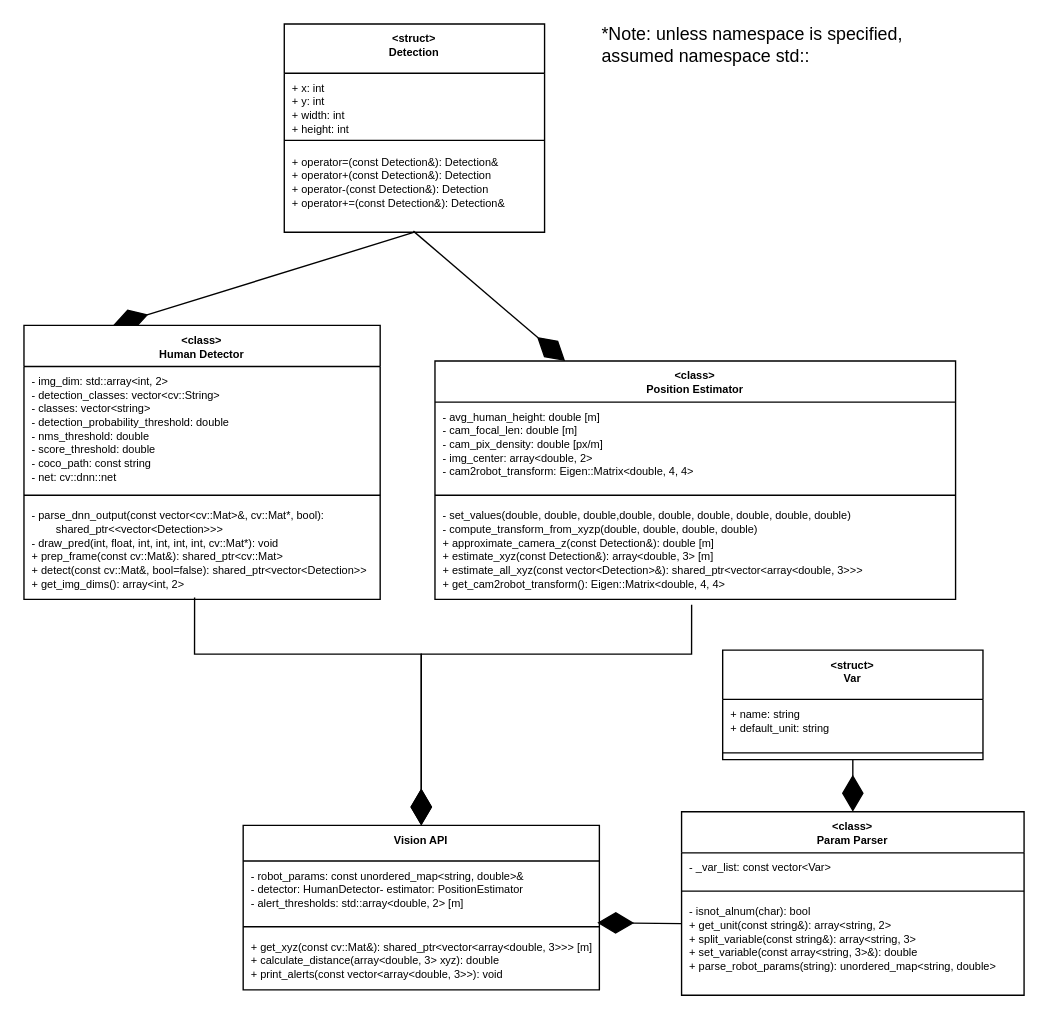
The draw.io diagram page "UML" (2 of 2) of visual_reps/Drawio_Files/activity_and_UML.drawio in dlerner97/ACME_perception_proposal, before the edit. Source tidied: cells renumbered, new cells numbered last; positions are measured from the earlier drawing's top-left corner, leaving out a move shared by most shapes. Both pictures are drawn from the tidied source at 137%, with x=0, y=0 at pixel (23, 23).
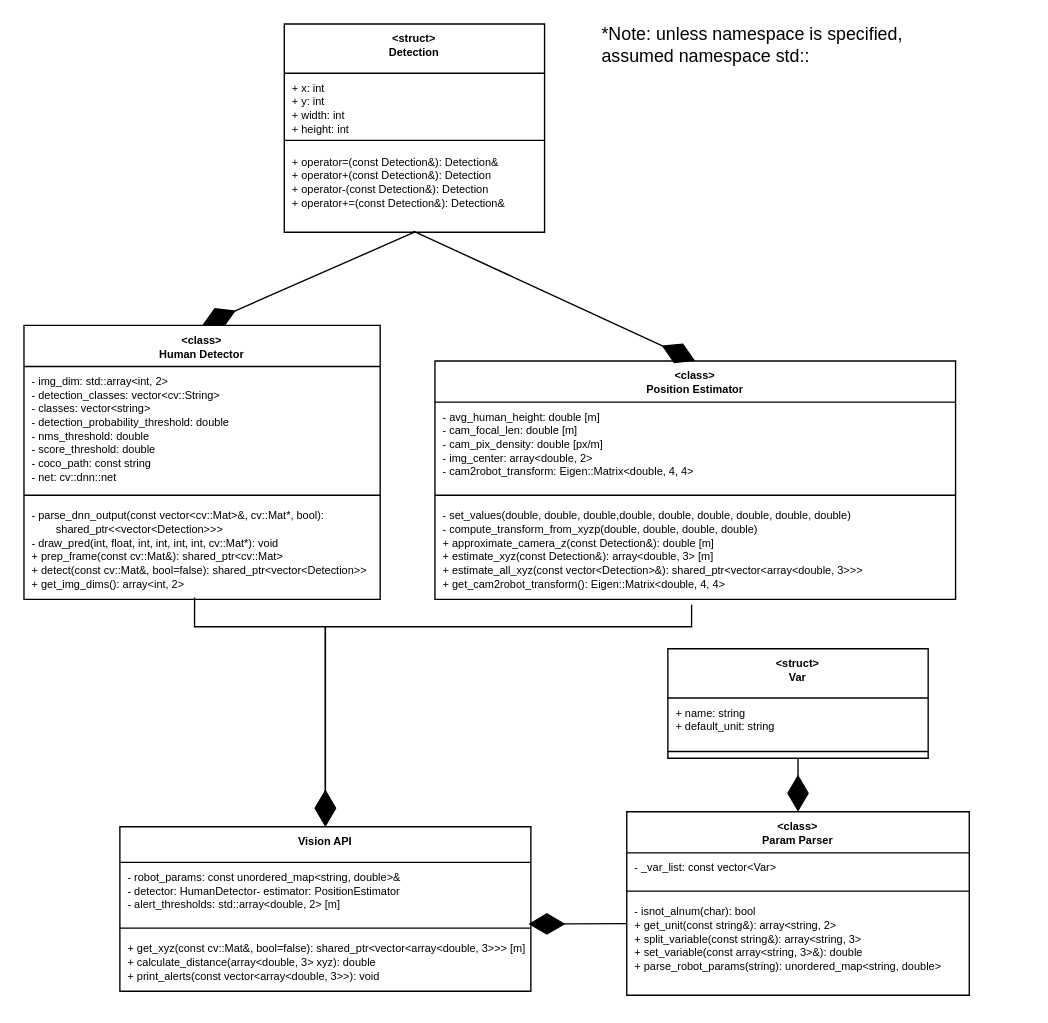
Above is the later version.

Unchanged cells that the change refers to:
```xml
<mxCell id="2" value="&lt;class&gt;&#10;Position Estimator" style="swimlane;fontStyle=1;align=center;verticalAlign=top;horizontal=1;startSize=30;fontSize=8;" parent="1" vertex="1">
  <mxGeometry x="300" y="246" width="380" height="174" as="geometry" />
</mxCell>
<mxCell id="5" value="- set_values(double, double, double,double, double, double, double, double, double)&#10;- compute_transform_from_xyzp(double, double, double, double)&#10;+ approximate_camera_z(const Detection&amp;): double [m]&#10;+ estimate_xyz(const Detection&amp;): array&lt;double, 3&gt; [m]&#10;+ estimate_all_xyz(const vector&lt;Detection&gt;&amp;): shared_ptr&lt;vector&lt;array&lt;double, 3&gt;&gt;&gt;&#10;+ get_cam2robot_transform(): Eigen::Matrix&lt;double, 4, 4&gt;&#10;" style="text;strokeColor=none;fillColor=none;align=left;verticalAlign=top;spacingLeft=4;spacingRight=4;overflow=hidden;points=[[0,0.5],[1,0.5]];portConstraint=eastwest;fontSize=8;" parent="2" vertex="1">
  <mxGeometry y="102" width="380" height="72" as="geometry" />
</mxCell>
<mxCell id="13" value="&lt;class&gt;&#10;Human Detector" style="swimlane;fontStyle=1;align=center;verticalAlign=top;horizontal=1;startSize=30;fontSize=8;" parent="1" vertex="1">
  <mxGeometry y="220" width="260" height="200" as="geometry" />
</mxCell>
<mxCell id="16" value="- parse_dnn_output(const vector&lt;cv::Mat&gt;&amp;, cv::Mat*, bool):&#10;        shared_ptr&lt;&lt;vector&lt;Detection&gt;&gt;&gt;&#10;- draw_pred(int, float, int, int, int, int, cv::Mat*): void&#10;+ prep_frame(const cv::Mat&amp;): shared_ptr&lt;cv::Mat&gt;&#10;+ detect(const cv::Mat&amp;, bool=false): shared_ptr&lt;vector&lt;Detection&gt;&gt;&#10;+ get_img_dims(): array&lt;int, 2&gt;&#10;" style="text;strokeColor=none;fillColor=none;align=left;verticalAlign=top;spacingLeft=4;spacingRight=4;overflow=hidden;points=[[0,0.5],[1,0.5]];portConstraint=eastwest;fontSize=8;" parent="13" vertex="1">
  <mxGeometry y="128" width="260" height="72" as="geometry" />
</mxCell>
<mxCell id="17" value="&lt;struct&gt;&#10;Detection&#10;" style="swimlane;fontStyle=1;align=center;verticalAlign=top;horizontal=1;startSize=36;fontSize=8;" parent="1" vertex="1">
  <mxGeometry x="190" width="190" height="152" as="geometry" />
</mxCell>
<mxCell id="20" value="+ operator=(const Detection&amp;): Detection&amp;&#10;+ operator+(const Detection&amp;): Detection&#10;+ operator-(const Detection&amp;): Detection&#10;+ operator+=(const Detection&amp;): Detection&amp;" style="text;strokeColor=none;fillColor=none;align=left;verticalAlign=top;spacingLeft=4;spacingRight=4;overflow=hidden;points=[[0,0.5],[1,0.5]];portConstraint=eastwest;fontSize=8;" parent="17" vertex="1">
  <mxGeometry y="90" width="190" height="62" as="geometry" />
</mxCell>
```

The edit, as a diff of the source:
```diff
@@
     <mxCell id="6" value="Vision API" style="swimlane;fontStyle=1;align=center;verticalAlign=top;horizontal=1;startSize=26;fontSize=8;" parent="1" vertex="1">
-      <mxGeometry x="160" y="585" width="260" height="120" as="geometry" />
+      <mxGeometry x="70" y="586" width="300" height="120" as="geometry" />
     </mxCell>
     <mxCell id="7" value="- robot_params: const unordered_map&lt;string, double&gt;&amp;&#10;- detector: HumanDetector- estimator: PositionEstimator&#10;- alert_thresholds: std::array&lt;double, 2&gt; [m]" style="text;strokeColor=none;fillColor=none;align=left;verticalAlign=top;spacingLeft=4;spacingRight=4;overflow=hidden;points=[[0,0.5],[1,0.5]];portConstraint=eastwest;fontSize=8;" parent="6" vertex="1">
-      <mxGeometry y="26" width="260" height="44" as="geometry" />
+      <mxGeometry y="26" width="300" height="44" as="geometry" />
     </mxCell>
     <mxCell id="8" style="line;strokeWidth=1;fillColor=none;align=left;verticalAlign=middle;spacingTop=-1;spacingLeft=3;spacingRight=3;labelPosition=right;fontSize=8;" parent="6" vertex="1">
-      <mxGeometry y="70" width="260" height="8" as="geometry" />
+      <mxGeometry y="70" width="300" height="8" as="geometry" />
     </mxCell>
-    <mxCell id="9" value="+ get_xyz(const cv::Mat&amp;): shared_ptr&lt;vector&lt;array&lt;double, 3&gt;&gt;&gt; [m]&#10;+ calculate_distance(array&lt;double, 3&gt; xyz): double&#10;+ print_alerts(const vector&lt;array&lt;double, 3&gt;&gt;): void&#10;&#10;&#10;" style="text;strokeColor=none;fillColor=none;align=left;verticalAlign=top;spacingLeft=4;spacingRight=4;overflow=hidden;fontSize=8;" parent="6" vertex="1">
-      <mxGeometry y="78" width="260" height="42" as="geometry" />
+    <mxCell id="9" value="+ get_xyz(const cv::Mat&amp;, bool=false): shared_ptr&lt;vector&lt;array&lt;double, 3&gt;&gt;&gt; [m]&#10;+ calculate_distance(array&lt;double, 3&gt; xyz): double&#10;+ print_alerts(const vector&lt;array&lt;double, 3&gt;&gt;): void&#10;&#10;&#10;" style="text;strokeColor=none;fillColor=none;align=left;verticalAlign=top;spacingLeft=4;spacingRight=4;overflow=hidden;fontSize=8;" parent="6" vertex="1">
+      <mxGeometry y="78" width="300" height="42" as="geometry" />
     </mxCell>
     <mxCell id="10" style="endArrow=diamondThin;endFill=1;endSize=24;html=1;rounded=0;fontSize=8;edgeStyle=orthogonalEdgeStyle;entryX=0.5;entryY=0;entryDx=0;entryDy=0;exitX=0.493;exitY=1.055;exitDx=0;exitDy=0;exitPerimeter=0;" parent="1" edge="1" source="5" target="6">
       <mxGeometry relative="1" as="geometry">
         <Array as="points">
-          <mxPoint x="428" y="460" />
-          <mxPoint x="275" y="460" />
+          <mxPoint x="487" y="440" />
+          <mxPoint x="220" y="440" />
         </Array>
       </mxGeometry>
     </mxCell>
     <mxCell id="11" style="endArrow=diamondThin;endFill=1;endSize=24;html=1;rounded=0;fontSize=8;edgeStyle=orthogonalEdgeStyle;entryX=0.5;entryY=0;entryDx=0;entryDy=0;exitX=0.479;exitY=0.981;exitDx=0;exitDy=0;exitPerimeter=0;" parent="1" edge="1" source="16" target="6">
       <mxGeometry relative="1" as="geometry">
         <Array as="points">
-          <mxPoint x="124" y="460" />
-          <mxPoint x="290" y="460" />
+          <mxPoint x="125" y="440" />
+          <mxPoint x="220" y="440" />
         </Array>
       </mxGeometry>
     </mxCell>
-    <mxCell id="12" style="endArrow=diamondThin;endFill=1;endSize=24;html=1;rounded=0;fontSize=8;entryX=0.25;entryY=0;entryDx=0;entryDy=0;exitX=0.5;exitY=1;exitDx=0;exitDy=0;" parent="1" edge="1" source="17" target="13">
+    <mxCell id="12" style="endArrow=diamondThin;endFill=1;endSize=24;html=1;rounded=0;fontSize=8;entryX=0.5;entryY=0;entryDx=0;entryDy=0;exitX=0.5;exitY=1;exitDx=0;exitDy=0;" parent="1" edge="1" source="17" target="13">
       <mxGeometry relative="1" as="geometry" />
     </mxCell>
@@
-    <mxCell id="21" style="endArrow=diamondThin;endFill=1;endSize=24;html=1;rounded=0;fontSize=8;entryX=0.25;entryY=0;entryDx=0;entryDy=0;exitX=0.496;exitY=0.987;exitDx=0;exitDy=0;exitPerimeter=0;" parent="1" edge="1" source="20" target="2">
+    <mxCell id="21" style="endArrow=diamondThin;endFill=1;endSize=24;html=1;rounded=0;fontSize=8;entryX=0.5;entryY=0;entryDx=0;entryDy=0;exitX=0.496;exitY=0.987;exitDx=0;exitDy=0;exitPerimeter=0;" parent="1" edge="1" source="20" target="2">
       <mxGeometry relative="1" as="geometry" />
     </mxCell>
     <mxCell id="22" value="&lt;class&gt;&#10;Param Parser&#10;" style="swimlane;fontStyle=1;align=center;verticalAlign=top;horizontal=1;startSize=30;fontSize=8;" parent="1" vertex="1">
-      <mxGeometry x="480" y="575" width="250" height="134" as="geometry" />
+      <mxGeometry x="440" y="575" width="250" height="134" as="geometry" />
     </mxCell>
@@
     <mxCell id="26" value="&lt;struct&gt;&#10;Var&#10;" style="swimlane;fontStyle=1;align=center;verticalAlign=top;horizontal=1;startSize=36;fontSize=8;" parent="1" vertex="1">
-      <mxGeometry x="510" y="457" width="190" height="80" as="geometry" />
+      <mxGeometry x="470" y="456" width="190" height="80" as="geometry" />
     </mxCell>
```
